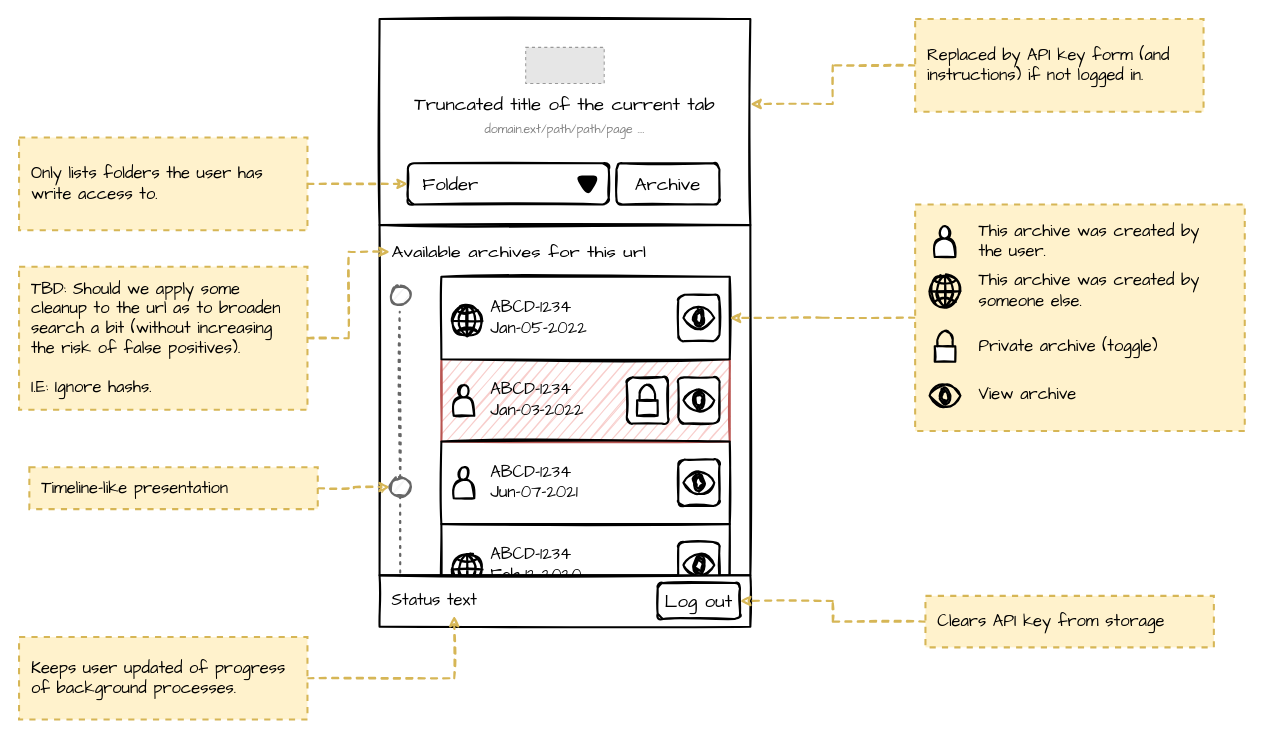
harvard-lil/perma-extension keeps this draw.io diagram as misc/ux-wireframes.drawio. Above is the earlier version. Source tidied: cells renumbered, new cells numbered last; positions are measured from the earlier drawing's top-left corner, leaving out a move shared by most shapes. Both pictures are drawn from the tidied source at 103%, with x=0, y=0 at pixel (19, 19). Pictures stored in the file or linked from it are replaced by grey dashed boxes.
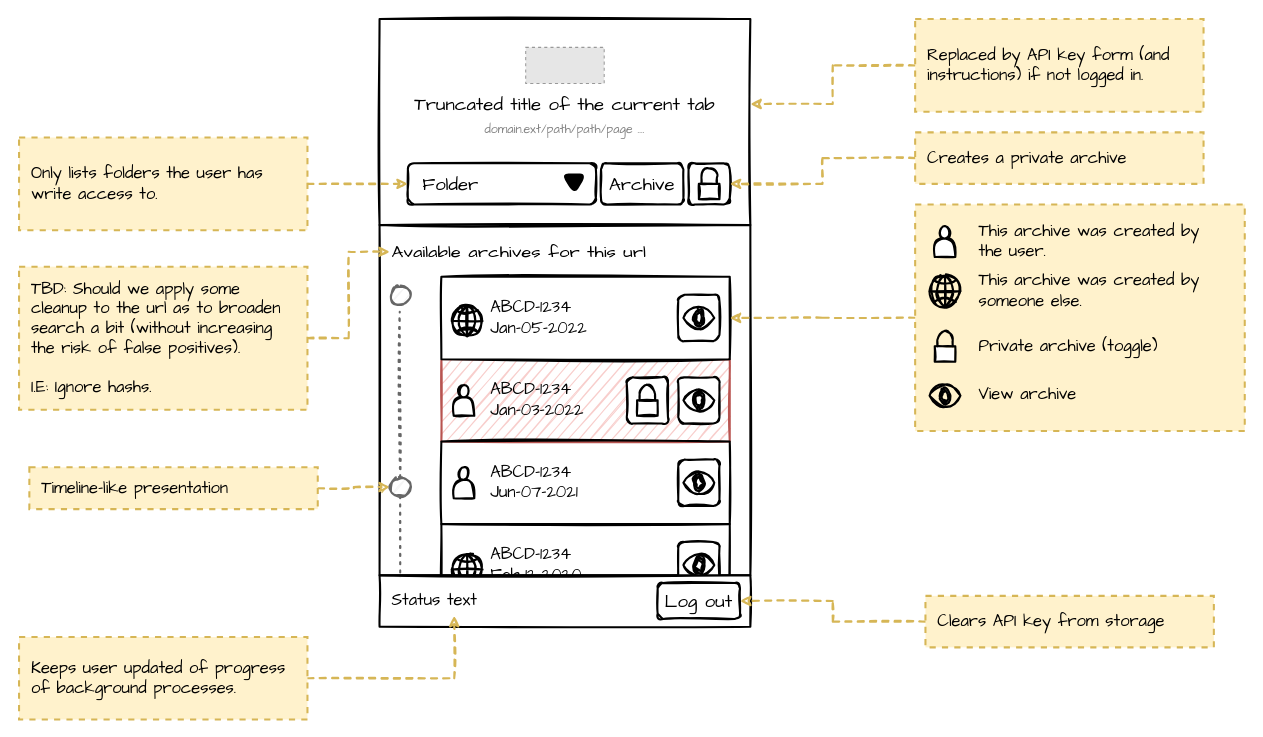
Above is the later version.

Commit message (it also covers changes not shown here):
Progress: UX Wireframes

Unchanged cells that the change refers to:
```xml
<mxCell id="47" value="Only lists folders the user has write access to.&amp;nbsp;" style="rounded=0;whiteSpace=wrap;html=1;fontFamily=Comic Sans MS;fontSize=16;align=left;comic=0;strokeWidth=2;fillColor=#fff2cc;strokeColor=#d6b656;dashed=1;shadow=0;sketch=0;spacing=12;verticalAlign=middle;" parent="1" vertex="1">
  <mxGeometry y="115" width="280" height="90" as="geometry" />
</mxCell>
```

The edit, as a diff of the source:
```diff
@@
     <mxCell id="3" value="Archive" style="rounded=1;whiteSpace=wrap;html=1;sketch=1;strokeWidth=2;fontFamily=Comic Sans MS;fontSize=18;" parent="1" vertex="1">
-      <mxGeometry x="580" y="140" width="100" height="40" as="geometry" />
+      <mxGeometry x="565" y="140" width="80" height="40" as="geometry" />
     </mxCell>
@@
     <mxCell id="32" value="Folder" style="rounded=1;whiteSpace=wrap;html=1;sketch=1;strokeWidth=2;fontFamily=Comic Sans MS;fontSize=18;align=left;spacingLeft=12;" parent="1" vertex="1">
-      <mxGeometry x="377.5" y="140" width="195" height="40" as="geometry" />
+      <mxGeometry x="377.5" y="140" width="182.5" height="40" as="geometry" />
     </mxCell>
     <mxCell id="33" style="triangle;whiteSpace=wrap;html=1;sketch=0;fontFamily=Comic Sans MS;fontSize=16;strokeColor=default;strokeWidth=2;fillColor=#000000;rotation=90;rounded=1;shadow=0;" parent="1" vertex="1">
-      <mxGeometry x="543" y="151" width="18.1" height="22" as="geometry" />
+      <mxGeometry x="530" y="149" width="18.1" height="22" as="geometry" />
     </mxCell>
@@
-    <mxCell id="46" style="edgeStyle=orthogonalEdgeStyle;rounded=0;sketch=1;jettySize=auto;html=1;dashed=1;fontFamily=Comic Sans MS;fontSize=12;fontColor=#828282;strokeWidth=2;fillColor=#fff2cc;strokeColor=#d6b656;" parent="1" edge="1" source="47" target="32">
+    <mxCell id="46" style="edgeStyle=orthogonalEdgeStyle;rounded=0;jettySize=auto;html=1;entryX=0;entryY=0.5;entryDx=0;entryDy=0;fillColor=#fff2cc;strokeColor=#d6b656;strokeWidth=2;dashed=1;sketch=1;" parent="1" edge="1" source="47" target="32">
       <mxGeometry relative="1" as="geometry" />
     </mxCell>
@@
+    <mxCell id="58" style="rounded=1;whiteSpace=wrap;html=1;sketch=1;strokeWidth=2;fontFamily=Comic Sans MS;fontSize=18;" parent="1" vertex="1">
+      <mxGeometry x="650" y="140" width="40" height="40" as="geometry" />
+    </mxCell>
+    <mxCell id="59" style="html=1;verticalLabelPosition=bottom;align=center;labelBackgroundColor=#ffffff;verticalAlign=top;strokeWidth=2;shadow=0;dashed=0;shape=mxgraph.ios7.icons.locked;sketch=1;fontFamily=Comic Sans MS;fontSize=16;" parent="1" vertex="1">
+      <mxGeometry x="660" y="145" width="20" height="30" as="geometry" />
+    </mxCell>
+    <mxCell id="60" style="edgeStyle=orthogonalEdgeStyle;rounded=0;sketch=1;jettySize=auto;html=1;exitX=0;exitY=0.5;exitDx=0;exitDy=0;entryX=1;entryY=0.5;entryDx=0;entryDy=0;dashed=1;strokeWidth=2;fillColor=#fff2cc;strokeColor=#d6b656;" parent="1" edge="1" source="61" target="58">
+      <mxGeometry relative="1" as="geometry" />
+    </mxCell>
+    <mxCell id="61" value="Creates a private archive" style="rounded=0;whiteSpace=wrap;html=1;fontFamily=Comic Sans MS;fontSize=16;align=left;comic=0;strokeWidth=2;fillColor=#fff2cc;strokeColor=#d6b656;dashed=1;shadow=0;sketch=0;spacing=12;verticalAlign=middle;" parent="1" vertex="1">
+      <mxGeometry x="870" y="110" width="280" height="50" as="geometry" />
+    </mxCell>
```
